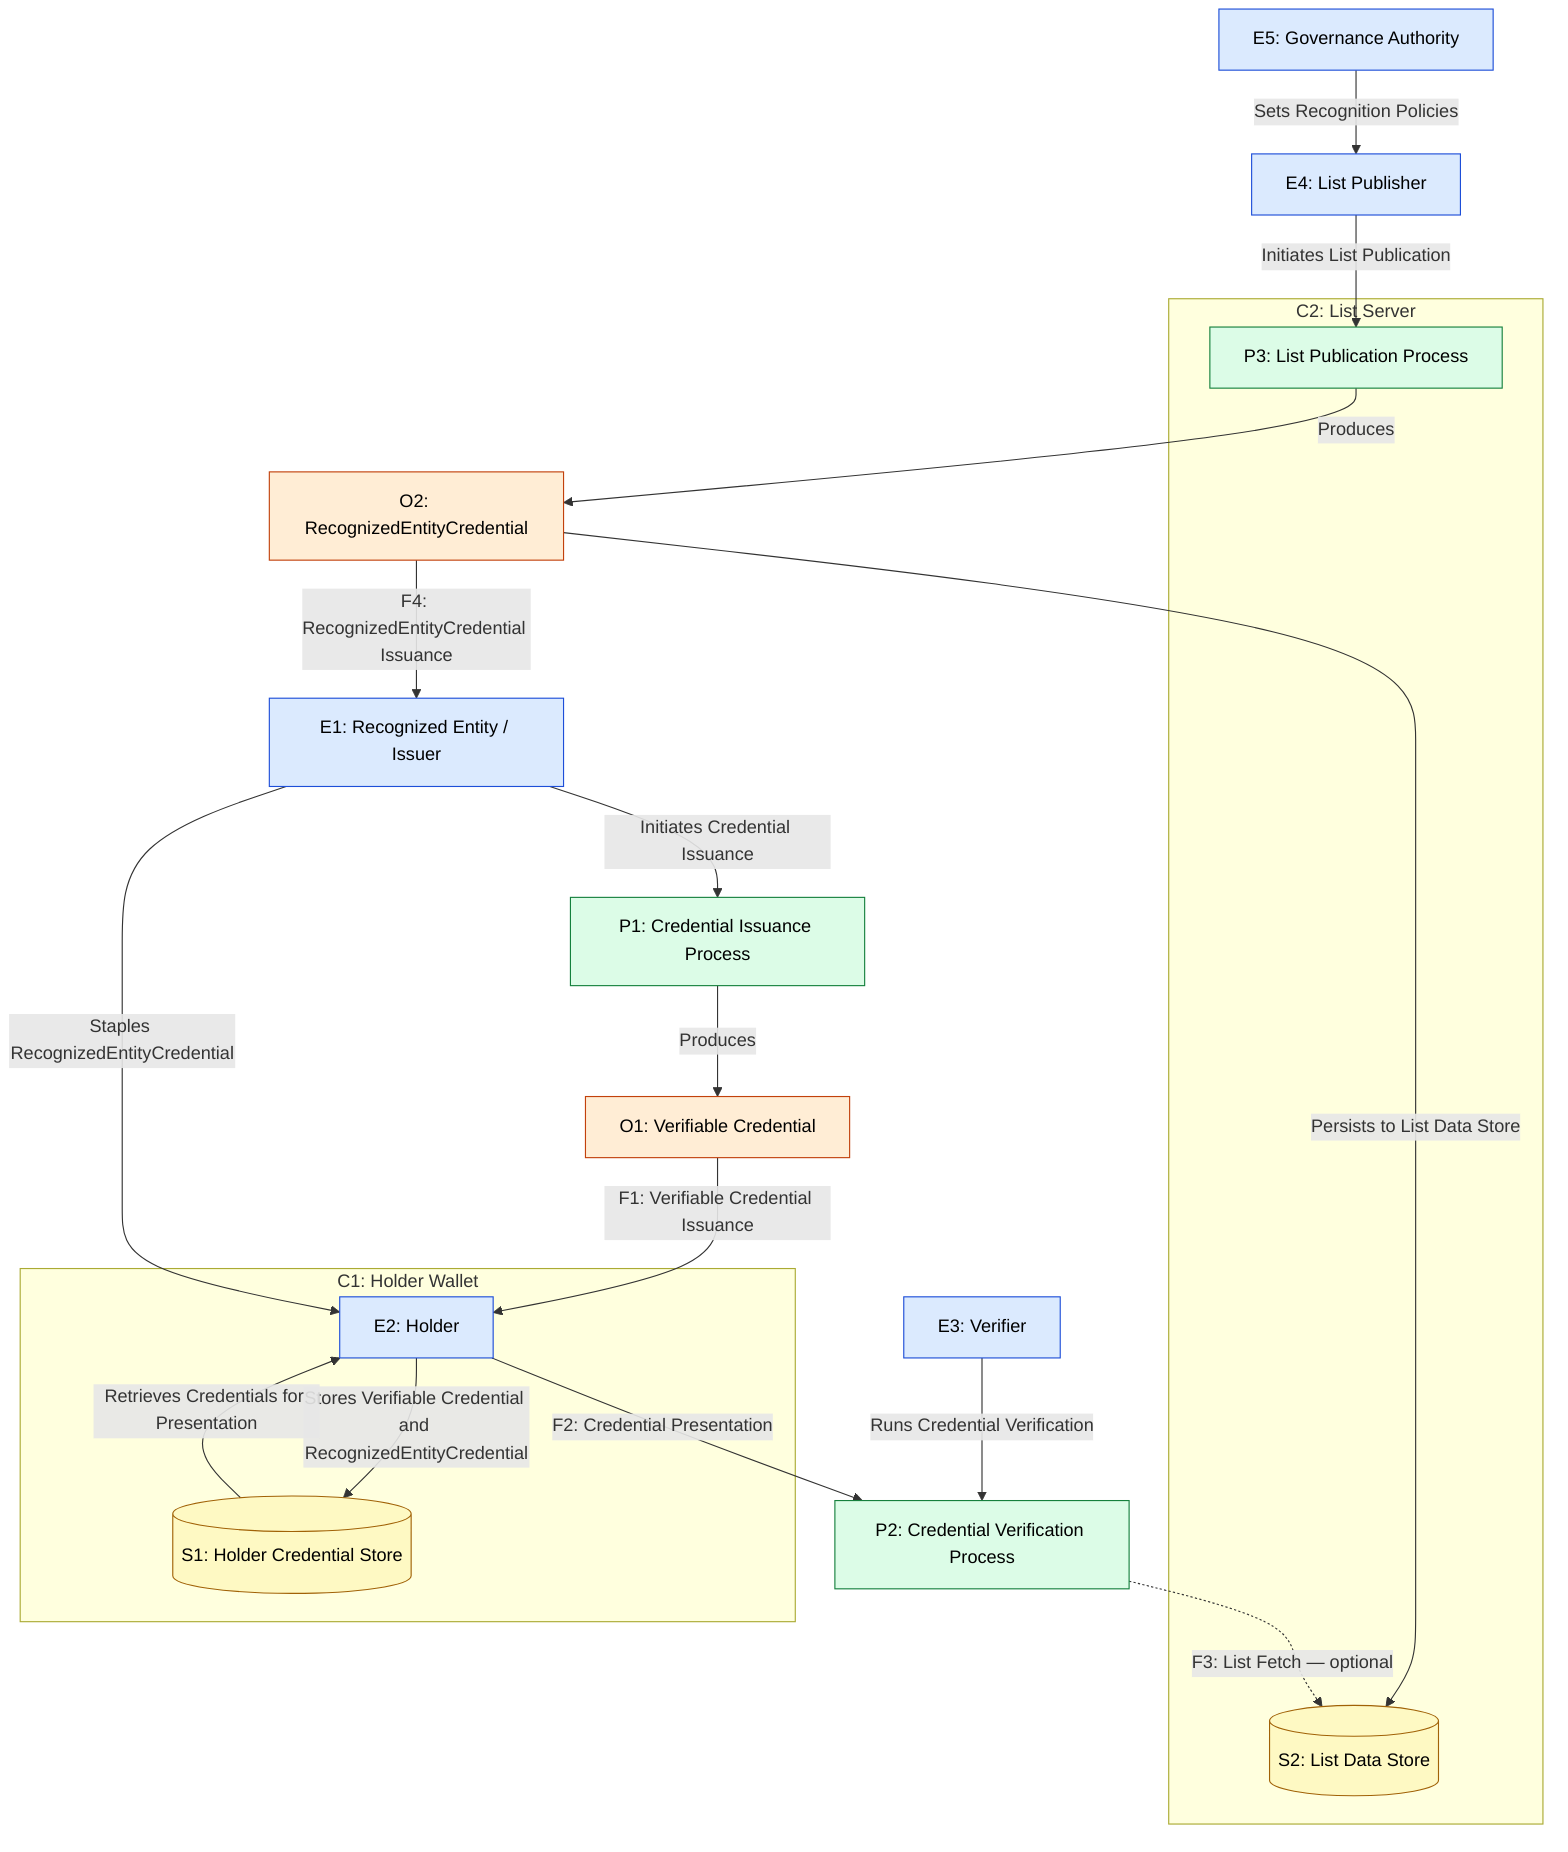
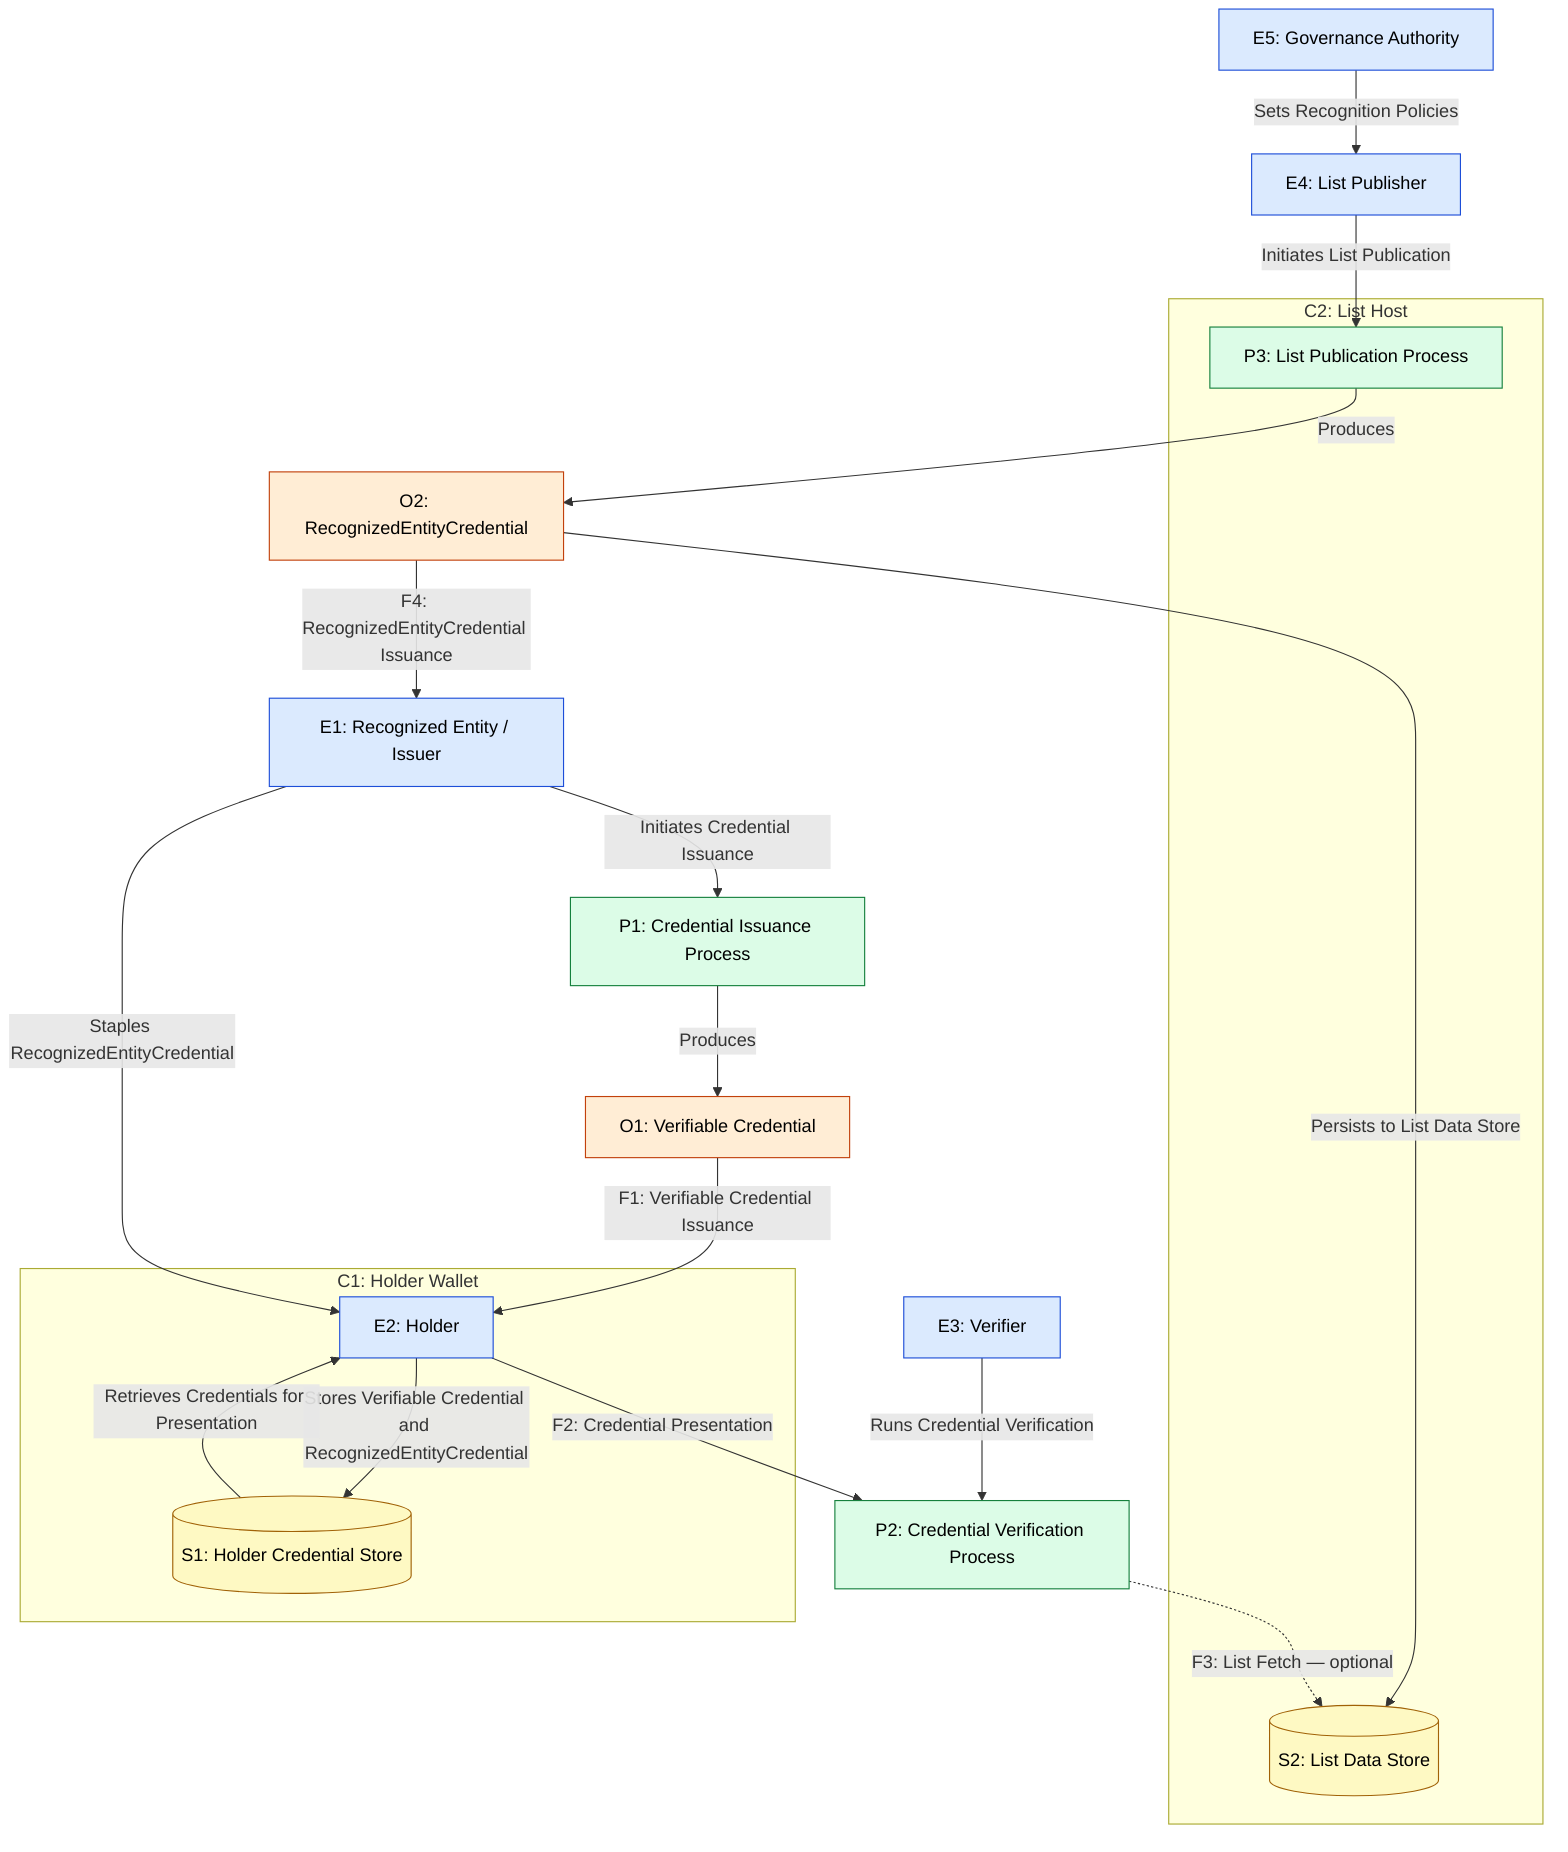
flowchart TD
  classDef entity  fill:#dbeafe,stroke:#1d4ed8,color:#000
  classDef process fill:#dcfce7,stroke:#15803d,color:#000
  classDef store   fill:#fef9c3,stroke:#a16207,color:#000
  classDef object  fill:#ffedd5,stroke:#c2410c,color:#000

  E5["E5: Governance Authority"]:::entity
  E4["E4: List Publisher"]:::entity
  E1["E1: Recognized Entity / Issuer"]:::entity
  E3["E3: Verifier"]:::entity
  P1["P1: Credential Issuance Process"]:::process
  P2["P2: Credential Verification Process"]:::process
  O1["O1: Verifiable Credential"]:::object
  O2["O2: RecognizedEntityCredential"]:::object

-   subgraph C2["C2: List Server"]
+   subgraph C2["C2: List Host"]
    P3["P3: List Publication Process"]:::process
    S2[("S2: List Data Store")]:::store
  end

  subgraph C1["C1: Holder Wallet"]
    E2["E2: Holder"]:::entity
    S1[("S1: Holder Credential Store")]:::store
  end

  E5 -->|"Sets Recognition Policies"| E4
  E4 -->|"Initiates List Publication"| P3
  P3 -->|"Produces"| O2
  O2 -->|"Persists to List Data Store"| S2
  O2 -->|"F4: RecognizedEntityCredential Issuance"| E1

  E1 -->|"Initiates Credential Issuance"| P1
  P1 -->|"Produces"| O1
  O1 -->|"F1: Verifiable Credential Issuance"| E2
  E1 -->|"Staples RecognizedEntityCredential"| E2
  E2 -->|"Stores Verifiable Credential and RecognizedEntityCredential"| S1
  S1 -->|"Retrieves Credentials for Presentation"| E2

  E2 -->|"F2: Credential Presentation"| P2
  E3 -->|"Runs Credential Verification"| P2
  P2 -.->|"F3: List Fetch — optional"| S2

